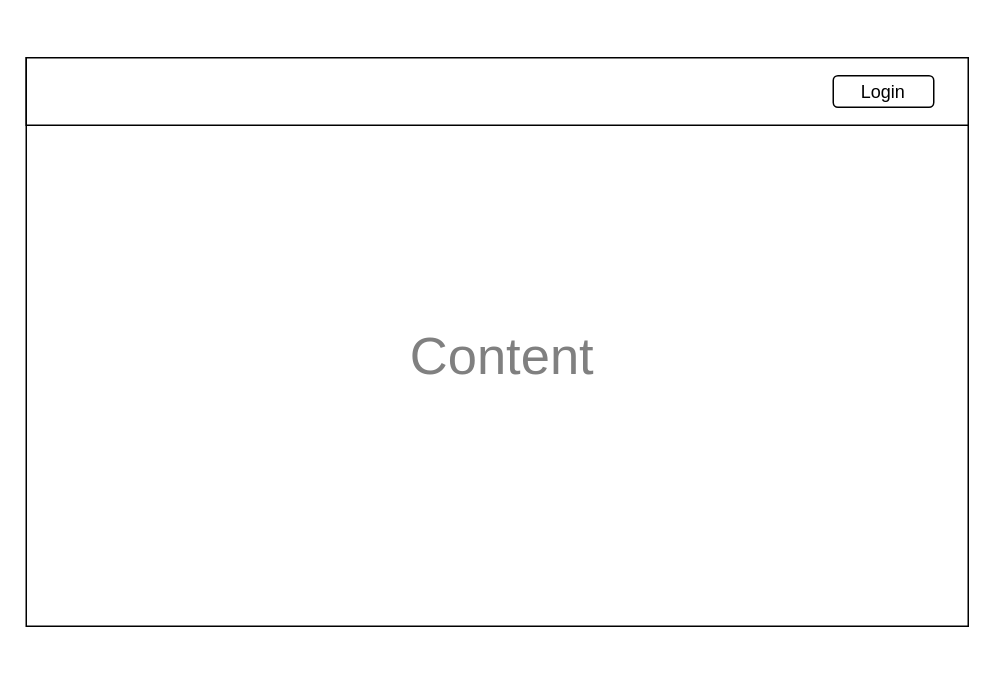
The draw.io diagram page "Content" (1 of 27) of mockup gis.drawio in AmirRazer/DrawIoErd, before the edit. Source tidied: cells renumbered, new cells numbered last; positions are measured from the earlier drawing's top-left corner, leaving out a move shared by most shapes. Both pictures are drawn from the tidied source at 150%, with x=0, y=0 at pixel (26, 57).
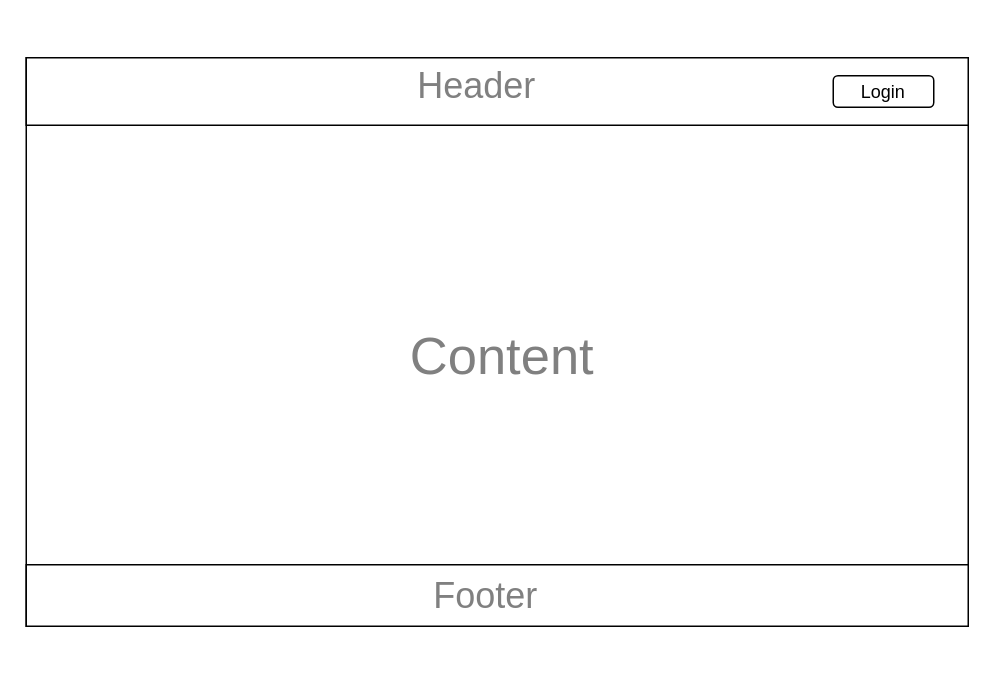
The same page after the edit.

The edit, as a diff of the source:
```diff
@@
 <mxGraphModel>
   <root>
     <mxCell id="0" />
     <mxCell id="1" parent="0" />
     <mxCell id="2" style="rounded=0;whiteSpace=wrap;html=1;" parent="1" vertex="1">
       <mxGeometry width="628" height="379" as="geometry" />
     </mxCell>
     <mxCell id="3" style="rounded=0;whiteSpace=wrap;html=1;" parent="1" vertex="1">
       <mxGeometry width="628" height="45" as="geometry" />
     </mxCell>
     <mxCell id="4" value="Login" style="rounded=1;whiteSpace=wrap;html=1;" parent="1" vertex="1">
       <mxGeometry x="538" y="12" width="67" height="21" as="geometry" />
     </mxCell>
     <mxCell id="5" value="&lt;font style=&quot;font-size: 35px;&quot;&gt;Content&lt;/font&gt;" style="text;html=1;align=center;verticalAlign=middle;whiteSpace=wrap;rounded=0;fontSize=16;fontColor=#808080;" parent="1" vertex="1">
       <mxGeometry x="197" y="158" width="241" height="80" as="geometry" />
     </mxCell>
+    <mxCell id="6" value="&lt;font style=&quot;font-size: 24px;&quot;&gt;Header&lt;/font&gt;" style="text;html=1;align=center;verticalAlign=middle;whiteSpace=wrap;rounded=0;fontSize=16;fontColor=#808080;" parent="1" vertex="1">
+      <mxGeometry x="180" y="-21" width="241" height="80" as="geometry" />
+    </mxCell>
+    <mxCell id="7" style="rounded=0;whiteSpace=wrap;html=1;" parent="1" vertex="1">
+      <mxGeometry y="338" width="628" height="41" as="geometry" />
+    </mxCell>
+    <mxCell id="8" value="&lt;font style=&quot;font-size: 24px;&quot;&gt;Footer&lt;/font&gt;" style="text;html=1;align=center;verticalAlign=middle;whiteSpace=wrap;rounded=0;fontSize=16;fontColor=#808080;" parent="1" vertex="1">
+      <mxGeometry x="186" y="318.5" width="241" height="80" as="geometry" />
+    </mxCell>
   </root>
 </mxGraphModel>
```
